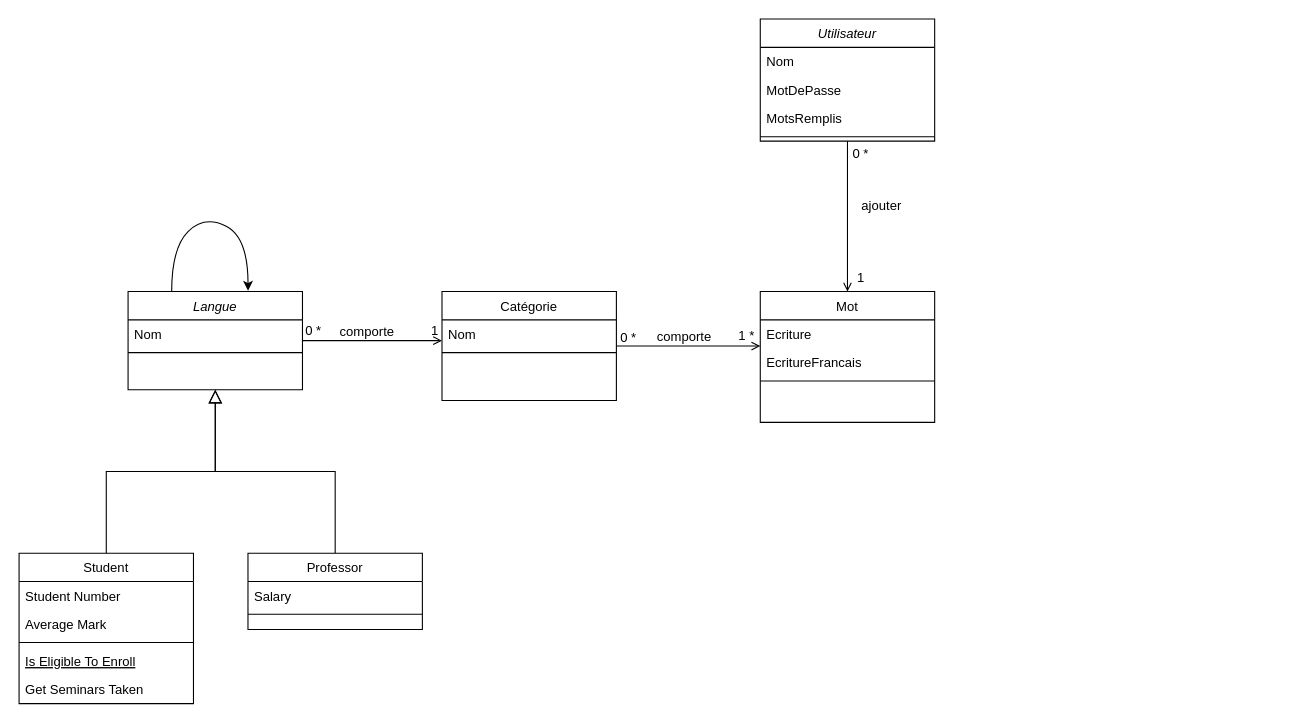
The draw.io diagram Diagramme sans nom.drawio in 402rayan/creer_perso, before the edit. Source tidied: cells renumbered, new cells numbered last; positions are measured from the earlier drawing's top-left corner, leaving out a move shared by most shapes. Both pictures are drawn from the tidied source at 109%, with x=0, y=0 at pixel (19, 19).
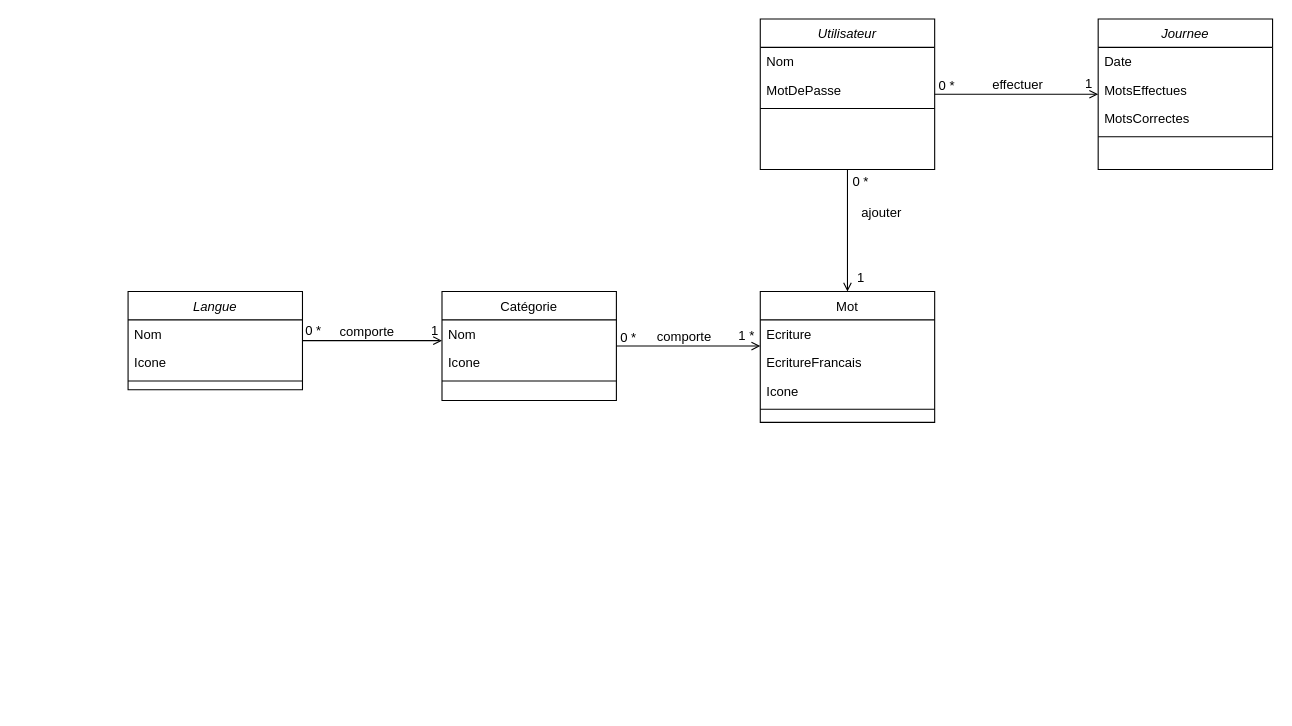
The same diagram, later.

Commit message (it also covers changes not shown here):
Mettre à jour Diagramme sans nom.drawio

The change refers to these unchanged cells:
```xml
<mxCell id="2" value="Langue" style="swimlane;fontStyle=2;align=center;verticalAlign=top;horizontal=1;startSize=26;rounded=0;shadow=0;strokeWidth=1;" parent="1" vertex="1">
  <mxGeometry x="100" y="250" width="160" height="90" as="geometry" />
</mxCell>
<mxCell id="16" value="Catégorie" style="swimlane;fontStyle=0;align=center;verticalAlign=top;horizontal=1;startSize=26;rounded=0;shadow=0;strokeWidth=1;" parent="1" vertex="1">
  <mxGeometry x="388" y="250" width="160" height="100" as="geometry" />
</mxCell>
<mxCell id="28" value="Mot" style="swimlane;fontStyle=0;align=center;verticalAlign=top;horizontal=1;startSize=26;rounded=0;shadow=0;strokeWidth=1;" parent="1" vertex="1">
  <mxGeometry x="680" y="250" width="160" height="120" as="geometry" />
</mxCell>
```

What changed in the source:
```diff
@@
+    <mxCell id="41" value="Icone" style="text;align=left;verticalAlign=top;spacingLeft=4;spacingRight=4;overflow=hidden;" parent="2" vertex="1">
+      <mxGeometry y="52" width="160" height="26" as="geometry" />
+    </mxCell>
     <mxCell id="4" style="line;html=1;strokeWidth=1;align=left;verticalAlign=middle;spacingTop=-1;spacingLeft=3;spacingRight=3;labelPosition=right;" parent="2" vertex="1">
-      <mxGeometry y="52" width="160" height="8" as="geometry" />
+      <mxGeometry y="78" width="160" height="8" as="geometry" />
     </mxCell>
-    <mxCell id="5" value="Student" style="swimlane;fontStyle=0;align=center;verticalAlign=top;horizontal=1;startSize=26;rounded=0;shadow=0;strokeWidth=1;" parent="1" vertex="1">
-      <mxGeometry y="490" width="160" height="138" as="geometry" />
-    </mxCell>
-    <mxCell id="6" value="Student Number" style="text;align=left;verticalAlign=top;spacingLeft=4;spacingRight=4;overflow=hidden;" parent="5" vertex="1">
-      <mxGeometry y="26" width="160" height="26" as="geometry" />
-    </mxCell>
-    <mxCell id="7" value="Average Mark" style="text;align=left;verticalAlign=top;spacingLeft=4;spacingRight=4;overflow=hidden;rounded=0;shadow=0;html=0;" parent="5" vertex="1">
-      <mxGeometry y="52" width="160" height="26" as="geometry" />
-    </mxCell>
-    <mxCell id="8" style="line;html=1;strokeWidth=1;align=left;verticalAlign=middle;spacingTop=-1;spacingLeft=3;spacingRight=3;labelPosition=right;" parent="5" vertex="1">
-      <mxGeometry y="78" width="160" height="8" as="geometry" />
-    </mxCell>
-    <mxCell id="9" value="Is Eligible To Enroll" style="text;align=left;verticalAlign=top;spacingLeft=4;spacingRight=4;overflow=hidden;fontStyle=4;" parent="5" vertex="1">
-      <mxGeometry y="86" width="160" height="26" as="geometry" />
-    </mxCell>
-    <mxCell id="10" value="Get Seminars Taken" style="text;align=left;verticalAlign=top;spacingLeft=4;spacingRight=4;overflow=hidden;" parent="5" vertex="1">
-      <mxGeometry y="112" width="160" height="26" as="geometry" />
-    </mxCell>
-    <mxCell id="11" style="endArrow=block;endSize=10;endFill=0;shadow=0;strokeWidth=1;rounded=0;edgeStyle=elbowEdgeStyle;elbow=vertical;" parent="1" edge="1" source="5" target="2">
-      <mxGeometry relative="1" as="geometry" />
-    </mxCell>
-    <mxCell id="12" value="Professor" style="swimlane;fontStyle=0;align=center;verticalAlign=top;horizontal=1;startSize=26;rounded=0;shadow=0;strokeWidth=1;" parent="1" vertex="1">
-      <mxGeometry x="210" y="490" width="160" height="70" as="geometry" />
-    </mxCell>
-    <mxCell id="13" value="Salary" style="text;align=left;verticalAlign=top;spacingLeft=4;spacingRight=4;overflow=hidden;" parent="12" vertex="1">
-      <mxGeometry y="26" width="160" height="26" as="geometry" />
-    </mxCell>
-    <mxCell id="14" style="line;html=1;strokeWidth=1;align=left;verticalAlign=middle;spacingTop=-1;spacingLeft=3;spacingRight=3;labelPosition=right;" parent="12" vertex="1">
-      <mxGeometry y="52" width="160" height="8" as="geometry" />
-    </mxCell>
-    <mxCell id="15" style="endArrow=block;endSize=10;endFill=0;shadow=0;strokeWidth=1;rounded=0;edgeStyle=elbowEdgeStyle;elbow=vertical;" parent="1" edge="1" source="12" target="2">
-      <mxGeometry relative="1" as="geometry" />
-    </mxCell>
@@
+    <mxCell id="42" value="Icone" style="text;align=left;verticalAlign=top;spacingLeft=4;spacingRight=4;overflow=hidden;" parent="16" vertex="1">
+      <mxGeometry y="52" width="160" height="26" as="geometry" />
+    </mxCell>
     <mxCell id="18" style="line;html=1;strokeWidth=1;align=left;verticalAlign=middle;spacingTop=-1;spacingLeft=3;spacingRight=3;labelPosition=right;" parent="16" vertex="1">
-      <mxGeometry y="52" width="160" height="8" as="geometry" />
+      <mxGeometry y="78" width="160" height="8" as="geometry" />
     </mxCell>
@@
-    <mxCell id="23" style="curved=1;endArrow=classic;html=1;rounded=0;exitX=0.25;exitY=0;exitDx=0;exitDy=0;entryX=0.688;entryY=-0.009;entryDx=0;entryDy=0;entryPerimeter=0;" parent="1" edge="1" source="2" target="2">
-      <mxGeometry relative="1" as="geometry">
-        <Array as="points">
-          <mxPoint x="140" y="210" />
-          <mxPoint x="170" y="180" />
-          <mxPoint x="210" y="200" />
-        </Array>
-      </mxGeometry>
-    </mxCell>
@@
+    <mxCell id="43" value="Icone" style="text;align=left;verticalAlign=top;spacingLeft=4;spacingRight=4;overflow=hidden;" parent="28" vertex="1">
+      <mxGeometry y="78" width="160" height="26" as="geometry" />
+    </mxCell>
     <mxCell id="31" style="line;html=1;strokeWidth=1;align=left;verticalAlign=middle;spacingTop=-1;spacingLeft=3;spacingRight=3;labelPosition=right;" parent="28" vertex="1">
-      <mxGeometry y="78" width="160" height="8" as="geometry" />
+      <mxGeometry y="104" width="160" height="8" as="geometry" />
     </mxCell>
     <mxCell id="32" value="Utilisateur" style="swimlane;fontStyle=2;align=center;verticalAlign=top;horizontal=1;startSize=26;rounded=0;shadow=0;strokeWidth=1;" parent="1" vertex="1">
-      <mxGeometry x="680" width="160" height="112" as="geometry" />
+      <mxGeometry x="680" width="160" height="138" as="geometry" />
     </mxCell>
@@
-    <mxCell id="35" value="MotsRemplis" style="text;align=left;verticalAlign=top;spacingLeft=4;spacingRight=4;overflow=hidden;" parent="32" vertex="1">
-      <mxGeometry y="78" width="160" height="26" as="geometry" />
-    </mxCell>
     <mxCell id="36" style="line;html=1;strokeWidth=1;align=left;verticalAlign=middle;spacingTop=-1;spacingLeft=3;spacingRight=3;labelPosition=right;" parent="32" vertex="1">
-      <mxGeometry y="104" width="160" height="8" as="geometry" />
+      <mxGeometry y="78" width="160" height="8" as="geometry" />
     </mxCell>
@@
+    <mxCell id="44" value="Journee" style="swimlane;fontStyle=2;align=center;verticalAlign=top;horizontal=1;startSize=26;rounded=0;shadow=0;strokeWidth=1;" parent="1" vertex="1">
+      <mxGeometry x="990" width="160" height="138" as="geometry" />
+    </mxCell>
+    <mxCell id="45" value="Date" style="text;align=left;verticalAlign=top;spacingLeft=4;spacingRight=4;overflow=hidden;" parent="44" vertex="1">
+      <mxGeometry y="26" width="160" height="26" as="geometry" />
+    </mxCell>
+    <mxCell id="46" value="MotsEffectues" style="text;align=left;verticalAlign=top;spacingLeft=4;spacingRight=4;overflow=hidden;" parent="44" vertex="1">
+      <mxGeometry y="52" width="160" height="26" as="geometry" />
+    </mxCell>
+    <mxCell id="47" value="MotsCorrectes" style="text;align=left;verticalAlign=top;spacingLeft=4;spacingRight=4;overflow=hidden;" parent="44" vertex="1">
+      <mxGeometry y="78" width="160" height="26" as="geometry" />
+    </mxCell>
+    <mxCell id="48" style="line;html=1;strokeWidth=1;align=left;verticalAlign=middle;spacingTop=-1;spacingLeft=3;spacingRight=3;labelPosition=right;" parent="44" vertex="1">
+      <mxGeometry y="104" width="160" height="8" as="geometry" />
+    </mxCell>
+    <mxCell id="49" style="endArrow=open;shadow=0;strokeWidth=1;rounded=0;endFill=1;edgeStyle=elbowEdgeStyle;elbow=vertical;" parent="1" edge="1" source="32" target="44">
+      <mxGeometry x="0.5" y="41" relative="1" as="geometry">
+        <mxPoint x="-40" y="32" as="offset" />
+      </mxGeometry>
+    </mxCell>
+    <mxCell id="50" value="0 *" style="align=left;verticalAlign=bottom;labelBackgroundColor=none;fontSize=12;" parent="49" vertex="1">
+      <mxGeometry x="-1" relative="1" as="geometry">
+        <mxPoint x="2" y="1" as="offset" />
+      </mxGeometry>
+    </mxCell>
+    <mxCell id="51" value="1" style="align=right;verticalAlign=bottom;labelBackgroundColor=none;fontSize=12;" parent="49" vertex="1">
+      <mxGeometry x="1" relative="1" as="geometry">
+        <mxPoint x="-4" y="-1" as="offset" />
+      </mxGeometry>
+    </mxCell>
+    <mxCell id="52" value="effectuer" style="text;html=1;align=center;verticalAlign=middle;labelBackgroundColor=none;rounded=0;shadow=0;strokeWidth=1;fontSize=12;" parent="49" vertex="1">
+      <mxGeometry x="0.5" y="49" relative="1" as="geometry">
+        <mxPoint x="-38" y="40" as="offset" />
+      </mxGeometry>
+    </mxCell>
```
